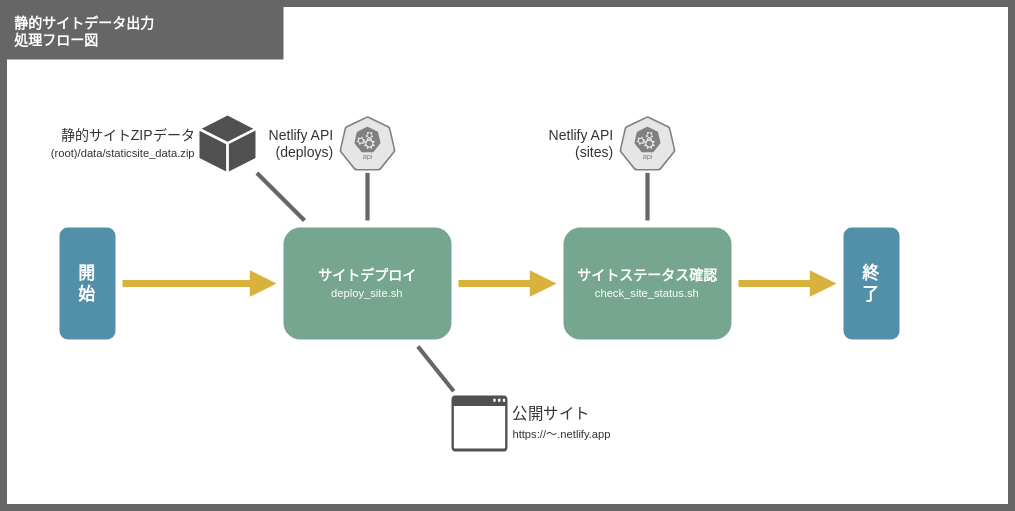
This is doc/201_設計/01510207_サイト公開_処理フロー図.drawio.svg from take4bcreators/cafe-train-prj, a draw.io export, as it was before one commit. Source tidied: cells renumbered, new cells last; positions are measured from the earlier drawing's top-left corner, leaving out a move shared by most shapes.
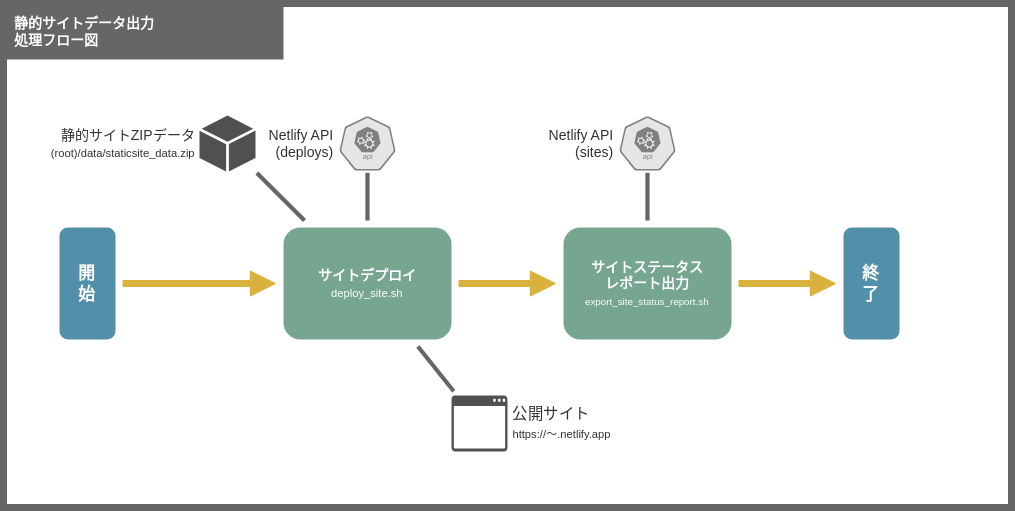
The same file after the commit.

Commit message:
処理フロー修正 #64

What changed in the source:
```diff
@@ -51,7 +51,7 @@
     <mxCell id="18" style="edgeStyle=none;shape=connector;rounded=1;html=1;labelBackgroundColor=default;fontFamily=Helvetica;fontSize=10;fontColor=default;startArrow=none;endArrow=block;endFill=1;strokeColor=#D9B23D;strokeWidth=5;" parent="3" edge="1" source="19" target="15">
       <mxGeometry relative="1" as="geometry" />
     </mxCell>
-    <mxCell id="19" value="&lt;div&gt;&lt;span&gt;&lt;b&gt;サイトステータス確認&lt;/b&gt;&lt;/span&gt;&lt;/div&gt;&lt;span&gt;&lt;font style=&quot;font-size: 8px&quot;&gt;check_site_status.sh&lt;/font&gt;&lt;/span&gt;" style="rounded=1;whiteSpace=wrap;html=1;fillColor=#76A68F;strokeColor=none;strokeWidth=5;fontSize=10;perimeterSpacing=5;fontColor=#FFFFFF;align=center;" parent="3" vertex="1">
+    <mxCell id="19" value="&lt;div&gt;&lt;span&gt;&lt;b&gt;サイトステータス&lt;/b&gt;&lt;/span&gt;&lt;/div&gt;&lt;div&gt;&lt;span&gt;&lt;b&gt;レポート出力&lt;/b&gt;&lt;/span&gt;&lt;/div&gt;&lt;span style=&quot;text-align: right&quot;&gt;&lt;font style=&quot;font-size: 7px&quot;&gt;export_site_status_report.sh&lt;/font&gt;&lt;/span&gt;" style="rounded=1;whiteSpace=wrap;html=1;fillColor=#76A68F;strokeColor=none;strokeWidth=5;fontSize=10;perimeterSpacing=5;fontColor=#FFFFFF;align=center;" parent="3" vertex="1">
       <mxGeometry x="400" y="160" width="120" height="80" as="geometry" />
     </mxCell>
   </root>
```
